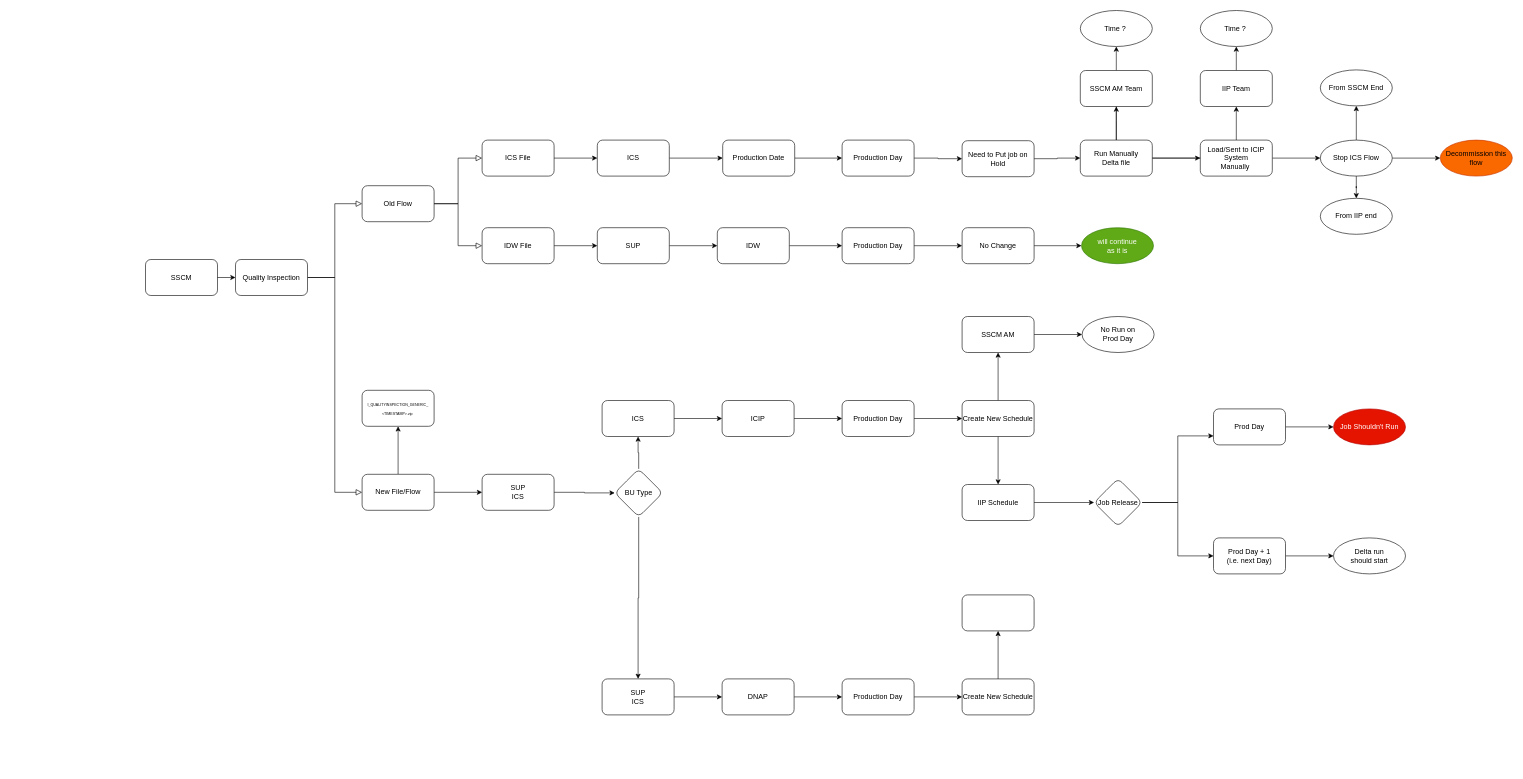
Above: QINSP.drawio in nselangovan/powerofdata (draw.io), before the change. Source tidied: cells renumbered, new cells numbered last; positions are measured from the earlier drawing's top-left corner, leaving out a move shared by most shapes. Both pictures are drawn from the tidied source at 60%, with x=0, y=0 at pixel (145, 10).
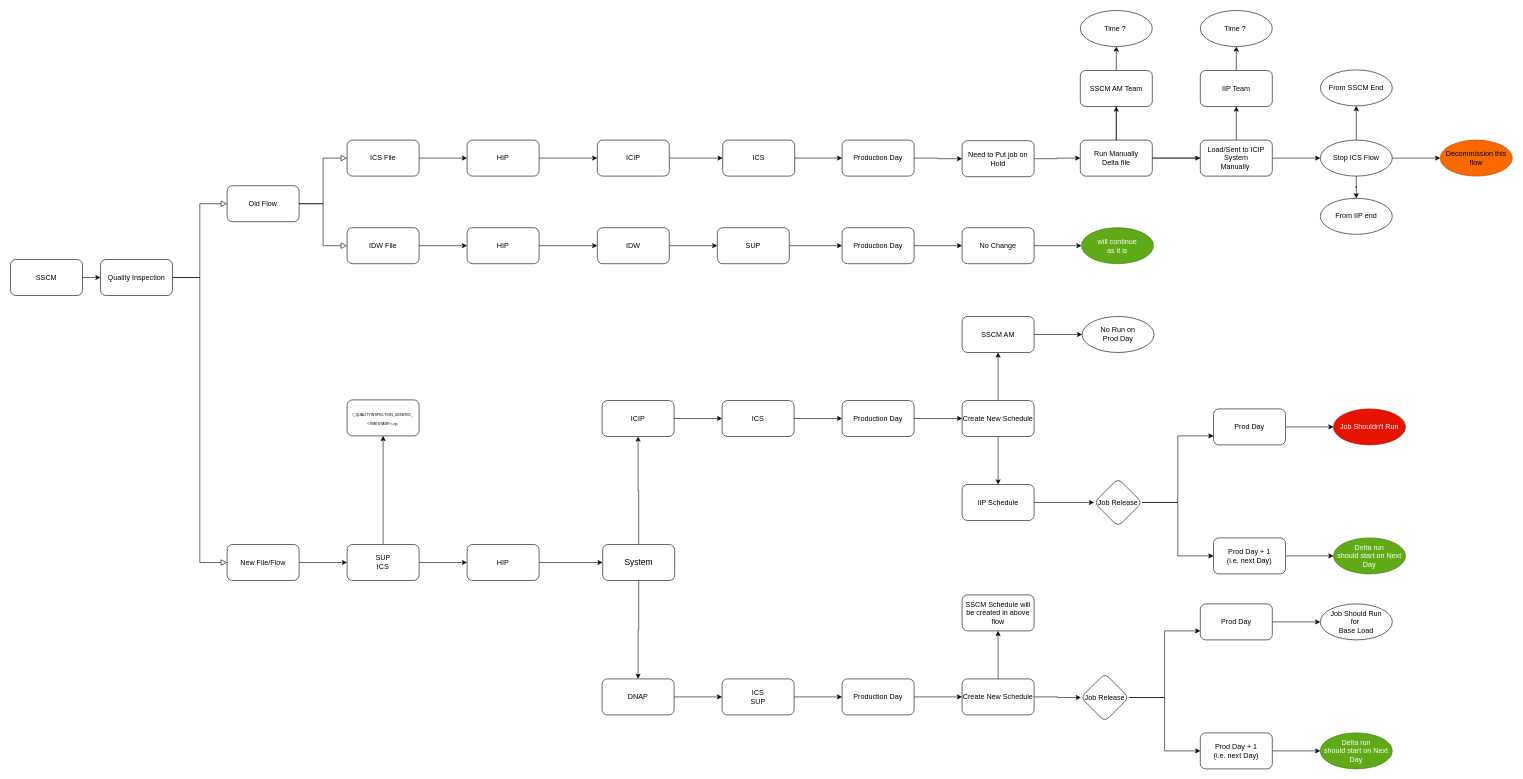
The same diagram, later.

Unchanged cells that the change refers to:
```xml
<mxCell id="71" value="Create New Schedule" style="whiteSpace=wrap;html=1;rounded=1;" parent="1" vertex="1">
  <mxGeometry x="1361" y="1114" width="120" height="60" as="geometry" />
</mxCell>
```

Diff of the diagram source:
```diff
@@
     <mxCell id="3" value="SSCM" style="rounded=1;whiteSpace=wrap;html=1;fontSize=12;glass=0;strokeWidth=1;shadow=0;" parent="1" vertex="1">
-      <mxGeometry y="415" width="120" height="60" as="geometry" />
+      <mxGeometry x="-225" y="415" width="120" height="60" as="geometry" />
     </mxCell>
@@
-    <mxCell id="5" style="edgeStyle=orthogonalEdgeStyle;rounded=0;jettySize=auto;html=1;exitX=1;exitY=0.5;exitDx=0;exitDy=0;entryX=0;entryY=0.5;entryDx=0;entryDy=0;" parent="1" edge="1" source="6" target="20">
+    <mxCell id="5" style="edgeStyle=orthogonalEdgeStyle;rounded=0;jettySize=auto;html=1;exitX=1;exitY=0.5;exitDx=0;exitDy=0;entryX=0;entryY=0.5;entryDx=0;entryDy=0;" parent="1" edge="1" source="107" target="20">
       <mxGeometry relative="1" as="geometry" />
     </mxCell>
+    <mxCell id="93" style="edgeStyle=orthogonalEdgeStyle;rounded=0;jettySize=auto;html=1;fontSize=6;" parent="1" edge="1" source="6" target="107">
+      <mxGeometry relative="1" as="geometry" />
+    </mxCell>
     <mxCell id="6" value="IDW File" style="rounded=1;whiteSpace=wrap;html=1;" parent="1" vertex="1">
-      <mxGeometry x="561" y="362" width="120" height="60" as="geometry" />
+      <mxGeometry x="336" y="362" width="120" height="60" as="geometry" />
     </mxCell>
+    <mxCell id="94" style="edgeStyle=orthogonalEdgeStyle;rounded=0;jettySize=auto;html=1;fontSize=6;" parent="1" edge="1" source="7" target="106">
+      <mxGeometry relative="1" as="geometry" />
+    </mxCell>
     <mxCell id="7" value="ICS File" style="rounded=1;whiteSpace=wrap;html=1;" parent="1" vertex="1">
-      <mxGeometry x="561" y="216" width="120" height="60" as="geometry" />
+      <mxGeometry x="336" y="216" width="120" height="60" as="geometry" />
     </mxCell>
@@
-    <mxCell id="9" style="edgeStyle=orthogonalEdgeStyle;rounded=0;jettySize=auto;html=1;" parent="1" edge="1" source="11" target="49">
+    <mxCell id="9" style="edgeStyle=orthogonalEdgeStyle;rounded=0;jettySize=auto;html=1;exitX=0.5;exitY=0;exitDx=0;exitDy=0;" parent="1" edge="1" source="51" target="49">
       <mxGeometry relative="1" as="geometry" />
     </mxCell>
@@
     <mxCell id="11" value="New File/Flow" style="rounded=1;whiteSpace=wrap;html=1;" parent="1" vertex="1">
-      <mxGeometry x="361" y="773" width="120" height="60" as="geometry" />
+      <mxGeometry x="136" y="890" width="120" height="60" as="geometry" />
     </mxCell>
     <mxCell id="12" value="Quality Inspection" style="rounded=1;whiteSpace=wrap;html=1;fontSize=12;glass=0;strokeWidth=1;shadow=0;" parent="1" vertex="1">
-      <mxGeometry x="150" y="415" width="120" height="60" as="geometry" />
+      <mxGeometry x="-75" y="415" width="120" height="60" as="geometry" />
     </mxCell>
-    <mxCell id="13" style="endArrow=classic;html=1;rounded=0;exitX=1;exitY=0.5;exitDx=0;exitDy=0;entryX=0;entryY=0.5;entryDx=0;entryDy=0;" parent="1" edge="1" source="7" target="18">
+    <mxCell id="13" style="endArrow=classic;html=1;rounded=0;exitX=1;exitY=0.5;exitDx=0;exitDy=0;entryX=0;entryY=0.5;entryDx=0;entryDy=0;" parent="1" edge="1" source="106" target="18">
       <mxGeometry relative="1" as="geometry" />
     </mxCell>
@@
     <mxCell id="15" value="Old Flow" style="rounded=1;whiteSpace=wrap;html=1;" parent="1" vertex="1">
-      <mxGeometry x="361" y="292" width="120" height="60" as="geometry" />
+      <mxGeometry x="136" y="292" width="120" height="60" as="geometry" />
     </mxCell>
@@
-    <mxCell id="18" value="ICS" style="rounded=1;whiteSpace=wrap;html=1;" parent="1" vertex="1">
+    <mxCell id="18" value="ICIP" style="rounded=1;whiteSpace=wrap;html=1;" parent="1" vertex="1">
       <mxGeometry x="753" y="216" width="120" height="60" as="geometry" />
     </mxCell>
@@
-    <mxCell id="20" value="SUP" style="rounded=1;whiteSpace=wrap;html=1;" parent="1" vertex="1">
+    <mxCell id="20" value="IDW" style="rounded=1;whiteSpace=wrap;html=1;" parent="1" vertex="1">
       <mxGeometry x="753" y="362" width="120" height="60" as="geometry" />
     </mxCell>
@@
-    <mxCell id="23" value="Production Date" style="rounded=1;whiteSpace=wrap;html=1;" parent="1" vertex="1">
+    <mxCell id="23" value="ICS" style="rounded=1;whiteSpace=wrap;html=1;" parent="1" vertex="1">
       <mxGeometry x="962" y="216" width="120" height="60" as="geometry" />
     </mxCell>
@@
-    <mxCell id="45" value="IDW" style="whiteSpace=wrap;html=1;rounded=1;" parent="1" vertex="1">
+    <mxCell id="45" value="SUP" style="whiteSpace=wrap;html=1;rounded=1;" parent="1" vertex="1">
       <mxGeometry x="953" y="362" width="120" height="60" as="geometry" />
     </mxCell>
@@
     <mxCell id="49" value="&lt;span&gt;&lt;font style=&quot;font-size: 6px;&quot;&gt;I_QUALITYINSPECTION_GENERIC_&lt;br&gt;&amp;lt;TIMESTAMP&amp;gt;.zip&amp;nbsp;&lt;/font&gt;&lt;/span&gt;" style="whiteSpace=wrap;html=1;rounded=1;" parent="1" vertex="1">
-      <mxGeometry x="361" y="633" width="120" height="60" as="geometry" />
+      <mxGeometry x="336" y="649" width="120" height="60" as="geometry" />
     </mxCell>
-    <mxCell id="50" style="edgeStyle=orthogonalEdgeStyle;rounded=0;jettySize=auto;html=1;fontSize=6;" parent="1" edge="1" source="51" target="54">
+    <mxCell id="50" style="edgeStyle=orthogonalEdgeStyle;rounded=0;jettySize=auto;html=1;fontSize=6;exitX=1;exitY=0.5;exitDx=0;exitDy=0;entryX=0;entryY=0.5;entryDx=0;entryDy=0;" parent="1" edge="1" source="108" target="109">
       <mxGeometry relative="1" as="geometry" />
     </mxCell>
+    <mxCell id="95" style="edgeStyle=orthogonalEdgeStyle;rounded=0;jettySize=auto;html=1;fontSize=6;" parent="1" edge="1" source="51" target="108">
+      <mxGeometry relative="1" as="geometry" />
+    </mxCell>
     <mxCell id="51" value="SUP&lt;br&gt;ICS" style="whiteSpace=wrap;html=1;rounded=1;" parent="1" vertex="1">
-      <mxGeometry x="561" y="773" width="120" height="60" as="geometry" />
+      <mxGeometry x="336" y="890" width="120" height="60" as="geometry" />
     </mxCell>
-    <mxCell id="52" style="edgeStyle=orthogonalEdgeStyle;rounded=0;jettySize=auto;html=1;fontSize=6;" parent="1" edge="1" source="54" target="56">
+    <mxCell id="52" style="edgeStyle=orthogonalEdgeStyle;rounded=0;jettySize=auto;html=1;fontSize=6;exitX=0.5;exitY=0;exitDx=0;exitDy=0;" parent="1" edge="1" source="109" target="56">
       <mxGeometry relative="1" as="geometry" />
     </mxCell>
-    <mxCell id="53" style="edgeStyle=orthogonalEdgeStyle;rounded=0;jettySize=auto;html=1;fontSize=6;" parent="1" edge="1" source="54" target="58">
+    <mxCell id="53" style="edgeStyle=orthogonalEdgeStyle;rounded=0;jettySize=auto;html=1;fontSize=6;exitX=0.5;exitY=1;exitDx=0;exitDy=0;" parent="1" edge="1" source="109" target="58">
       <mxGeometry relative="1" as="geometry" />
     </mxCell>
-    <mxCell id="54" value="BU Type" style="rhombus;whiteSpace=wrap;html=1;rounded=1;" parent="1" vertex="1">
-      <mxGeometry x="782" y="764" width="80" height="80" as="geometry" />
-    </mxCell>
@@
-    <mxCell id="56" value="ICS" style="whiteSpace=wrap;html=1;rounded=1;" parent="1" vertex="1">
+    <mxCell id="56" value="ICIP" style="whiteSpace=wrap;html=1;rounded=1;" parent="1" vertex="1">
       <mxGeometry x="761" y="650" width="120" height="60" as="geometry" />
     </mxCell>
@@
-    <mxCell id="58" value="SUP&lt;br&gt;ICS" style="whiteSpace=wrap;html=1;rounded=1;" parent="1" vertex="1">
+    <mxCell id="58" value="DNAP" style="whiteSpace=wrap;html=1;rounded=1;" parent="1" vertex="1">
       <mxGeometry x="761" y="1114" width="120" height="60" as="geometry" />
     </mxCell>
@@
-    <mxCell id="60" value="DNAP" style="whiteSpace=wrap;html=1;rounded=1;" parent="1" vertex="1">
+    <mxCell id="60" value="ICS&lt;br&gt;SUP" style="whiteSpace=wrap;html=1;rounded=1;" parent="1" vertex="1">
       <mxGeometry x="961" y="1114" width="120" height="60" as="geometry" />
     </mxCell>
@@
-    <mxCell id="62" value="ICIP" style="whiteSpace=wrap;html=1;rounded=1;" parent="1" vertex="1">
+    <mxCell id="62" value="ICS" style="whiteSpace=wrap;html=1;rounded=1;" parent="1" vertex="1">
       <mxGeometry x="961" y="650" width="120" height="60" as="geometry" />
     </mxCell>
@@
+    <mxCell id="96" style="edgeStyle=orthogonalEdgeStyle;rounded=0;jettySize=auto;html=1;fontSize=6;entryX=0;entryY=0.5;entryDx=0;entryDy=0;" parent="1" edge="1" source="71" target="99">
+      <mxGeometry relative="1" as="geometry" />
+    </mxCell>
@@
-    <mxCell id="91" value="Delta run &lt;br&gt;should start" style="ellipse;whiteSpace=wrap;html=1;rounded=1;" parent="1" vertex="1">
+    <mxCell id="91" value="Delta run &lt;br&gt;should start on Next Day" style="ellipse;whiteSpace=wrap;html=1;rounded=1;fillColor=#60a917;fontColor=#ffffff;strokeColor=#2D7600;" parent="1" vertex="1">
       <mxGeometry x="1980" y="879" width="120" height="60" as="geometry" />
     </mxCell>
-    <mxCell id="92" style="whiteSpace=wrap;html=1;rounded=1;" parent="1" vertex="1">
+    <mxCell id="92" value="SSCM Schedule will be created in above flow" style="whiteSpace=wrap;html=1;rounded=1;" parent="1" vertex="1">
       <mxGeometry x="1361" y="974" width="120" height="60" as="geometry" />
     </mxCell>
+    <mxCell id="97" style="edgeStyle=orthogonalEdgeStyle;rounded=0;jettySize=auto;html=1;fontSize=6;entryX=0;entryY=0.75;entryDx=0;entryDy=0;" parent="1" edge="1" source="99" target="101">
+      <mxGeometry relative="1" as="geometry" />
+    </mxCell>
+    <mxCell id="98" style="edgeStyle=orthogonalEdgeStyle;rounded=0;jettySize=auto;html=1;fontSize=6;entryX=0;entryY=0.5;entryDx=0;entryDy=0;" parent="1" edge="1" source="99" target="103">
+      <mxGeometry relative="1" as="geometry" />
+    </mxCell>
+    <mxCell id="99" value="Job Release" style="rhombus;whiteSpace=wrap;html=1;rounded=1;" parent="1" vertex="1">
+      <mxGeometry x="1559" y="1105" width="80" height="80" as="geometry" />
+    </mxCell>
+    <mxCell id="100" style="edgeStyle=orthogonalEdgeStyle;rounded=0;jettySize=auto;html=1;fontSize=6;" parent="1" edge="1" source="101" target="104">
+      <mxGeometry relative="1" as="geometry" />
+    </mxCell>
+    <mxCell id="101" value="Prod Day" style="whiteSpace=wrap;html=1;rounded=1;" parent="1" vertex="1">
+      <mxGeometry x="1758" y="989" width="120" height="60" as="geometry" />
+    </mxCell>
+    <mxCell id="102" style="edgeStyle=orthogonalEdgeStyle;rounded=0;jettySize=auto;html=1;fontSize=6;" parent="1" edge="1" source="103" target="105">
+      <mxGeometry relative="1" as="geometry" />
+    </mxCell>
+    <mxCell id="103" value="Prod Day + 1&lt;br&gt;(i.e. next Day)" style="whiteSpace=wrap;html=1;rounded=1;" parent="1" vertex="1">
+      <mxGeometry x="1758" y="1204" width="120" height="60" as="geometry" />
+    </mxCell>
+    <mxCell id="104" value="Job Should Run&lt;br&gt;for&amp;nbsp;&lt;br&gt;Base Load" style="ellipse;whiteSpace=wrap;html=1;rounded=1;" parent="1" vertex="1">
+      <mxGeometry x="1958" y="989" width="120" height="60" as="geometry" />
+    </mxCell>
+    <mxCell id="105" value="Delta run &lt;br&gt;should start on Next Day" style="ellipse;whiteSpace=wrap;html=1;rounded=1;fillColor=#60a917;fontColor=#ffffff;strokeColor=#2D7600;" parent="1" vertex="1">
+      <mxGeometry x="1958" y="1204" width="120" height="60" as="geometry" />
+    </mxCell>
+    <mxCell id="106" value="HIP" style="whiteSpace=wrap;html=1;rounded=1;" parent="1" vertex="1">
+      <mxGeometry x="536" y="216" width="120" height="60" as="geometry" />
+    </mxCell>
+    <mxCell id="107" value="HIP" style="whiteSpace=wrap;html=1;rounded=1;" parent="1" vertex="1">
+      <mxGeometry x="536" y="362" width="120" height="60" as="geometry" />
+    </mxCell>
+    <mxCell id="108" value="HIP" style="whiteSpace=wrap;html=1;rounded=1;" parent="1" vertex="1">
+      <mxGeometry x="536" y="890" width="120" height="60" as="geometry" />
+    </mxCell>
+    <mxCell id="109" value="&lt;font style=&quot;font-size: 14px;&quot;&gt;System&lt;/font&gt;" style="rounded=1;whiteSpace=wrap;html=1;fontSize=6;" parent="1" vertex="1">
+      <mxGeometry x="762" y="890" width="120" height="60" as="geometry" />
+    </mxCell>
```
